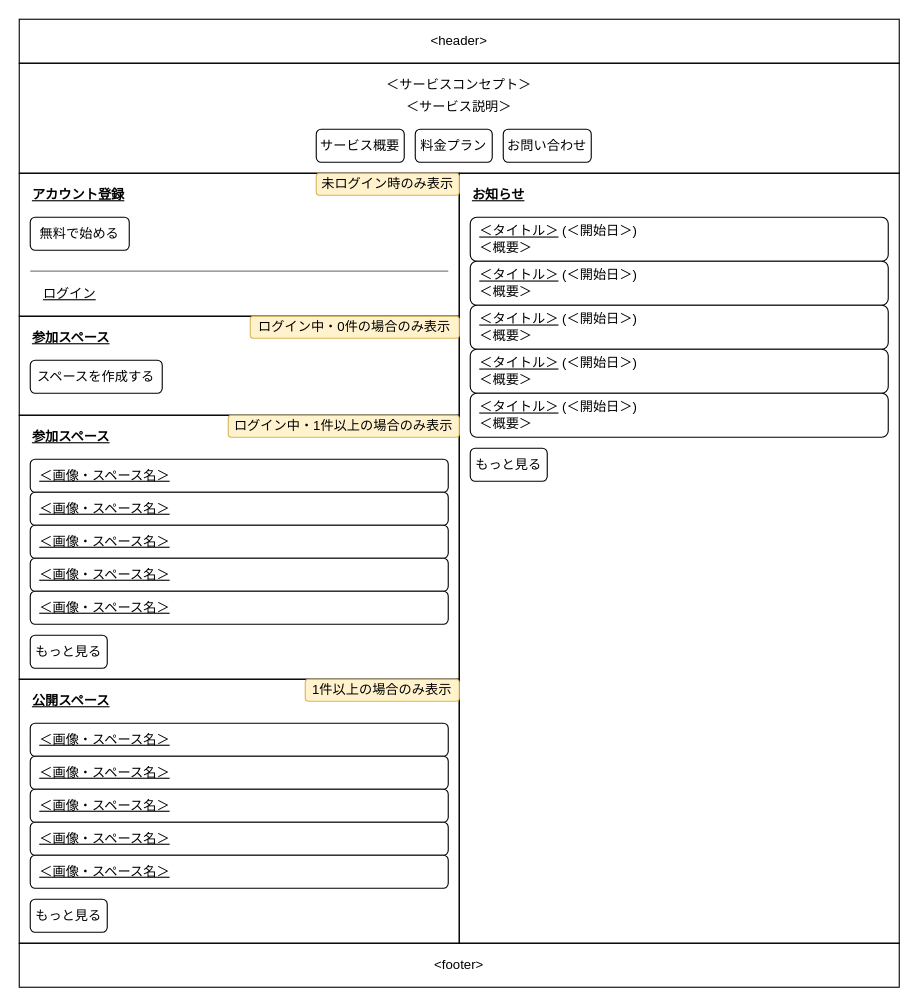
Before: 設計/画面設計/トップページ.drawio in nightonlypj/rails-app-origin, a draw.io diagram. Source tidied: cells renumbered, new cells numbered last; positions are measured from the earlier drawing's top-left corner, leaving out a move shared by most shapes. Both pictures are drawn from the tidied source at 110%, with x=0, y=0 at pixel (19, 19).
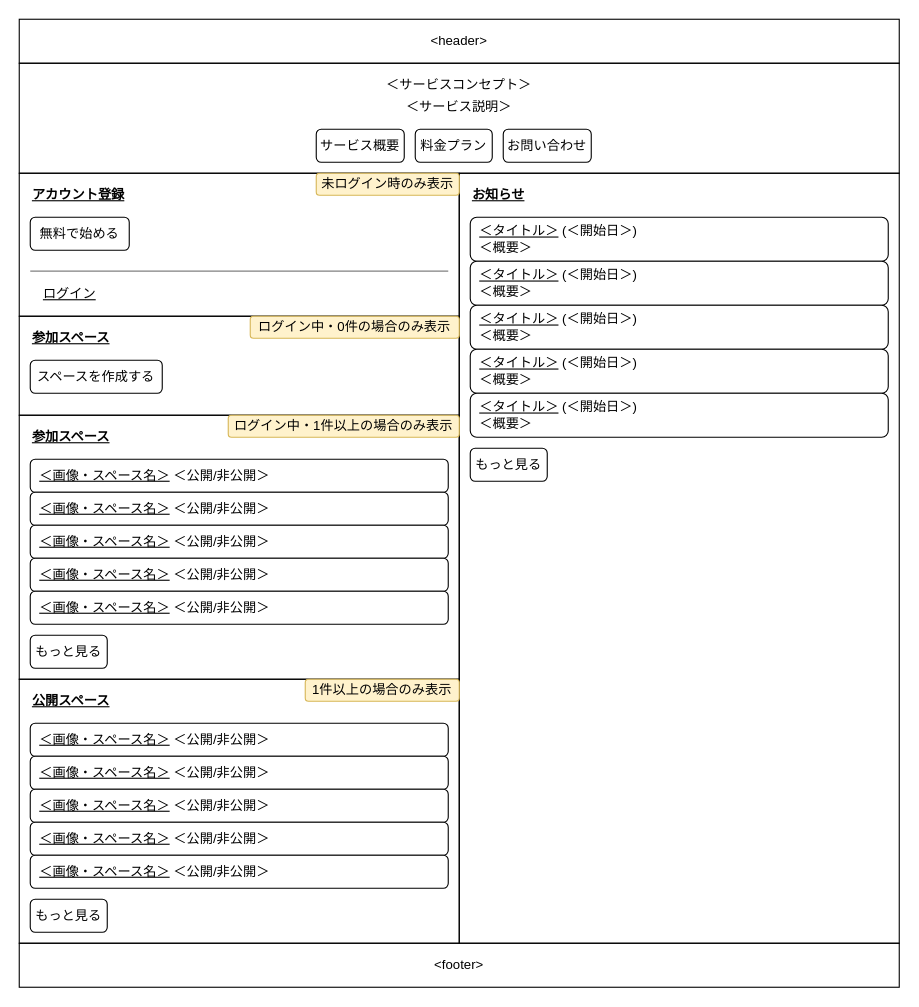
Above is the later version.

What changed in the source:
```diff
@@
-    <mxCell id="29" value="&amp;nbsp;&amp;nbsp;&lt;u&gt;＜画像・スペース名＞&lt;/u&gt;" style="rounded=1;whiteSpace=wrap;html=1;align=left;" parent="1" vertex="1">
+    <mxCell id="29" value="&amp;nbsp;&amp;nbsp;&lt;u&gt;＜画像・スペース名＞&lt;/u&gt;&amp;nbsp;＜公開/非公開＞" style="rounded=1;whiteSpace=wrap;html=1;align=left;" parent="1" vertex="1">
       <mxGeometry x="10" y="400" width="380" height="30" as="geometry" />
     </mxCell>
-    <mxCell id="30" value="&amp;nbsp;&amp;nbsp;&lt;u&gt;＜画像・スペース名＞&lt;/u&gt;" style="rounded=1;whiteSpace=wrap;html=1;align=left;" parent="1" vertex="1">
+    <mxCell id="30" value="&amp;nbsp;&amp;nbsp;&lt;u&gt;＜画像・スペース名＞&lt;/u&gt;&amp;nbsp;＜公開/非公開＞" style="rounded=1;whiteSpace=wrap;html=1;align=left;" parent="1" vertex="1">
       <mxGeometry x="10" y="430" width="380" height="30" as="geometry" />
     </mxCell>
-    <mxCell id="31" value="&amp;nbsp;&amp;nbsp;&lt;u&gt;＜画像・スペース名＞&lt;/u&gt;" style="rounded=1;whiteSpace=wrap;html=1;align=left;" parent="1" vertex="1">
+    <mxCell id="31" value="&amp;nbsp;&amp;nbsp;&lt;u&gt;＜画像・スペース名＞&lt;/u&gt;&amp;nbsp;＜公開/非公開＞" style="rounded=1;whiteSpace=wrap;html=1;align=left;" parent="1" vertex="1">
       <mxGeometry x="10" y="460" width="380" height="30" as="geometry" />
     </mxCell>
-    <mxCell id="32" value="&amp;nbsp;&amp;nbsp;&lt;u&gt;＜画像・スペース名＞&lt;/u&gt;" style="rounded=1;whiteSpace=wrap;html=1;align=left;" parent="1" vertex="1">
+    <mxCell id="32" value="&amp;nbsp;&amp;nbsp;&lt;u&gt;＜画像・スペース名＞&lt;/u&gt;&amp;nbsp;＜公開/非公開＞" style="rounded=1;whiteSpace=wrap;html=1;align=left;" parent="1" vertex="1">
       <mxGeometry x="10" y="490" width="380" height="30" as="geometry" />
     </mxCell>
-    <mxCell id="33" value="&amp;nbsp;&amp;nbsp;&lt;u&gt;＜画像・スペース名＞&lt;/u&gt;" style="rounded=1;whiteSpace=wrap;html=1;align=left;" parent="1" vertex="1">
+    <mxCell id="33" value="&amp;nbsp;&amp;nbsp;&lt;u&gt;＜画像・スペース名＞&lt;/u&gt;&amp;nbsp;＜公開/非公開＞" style="rounded=1;whiteSpace=wrap;html=1;align=left;" parent="1" vertex="1">
       <mxGeometry x="10" y="520" width="380" height="30" as="geometry" />
     </mxCell>
@@
-    <mxCell id="36" value="&lt;span style=&quot;&quot;&gt;&amp;nbsp;&amp;nbsp;&lt;/span&gt;&lt;u style=&quot;&quot;&gt;＜画像・スペース名＞&lt;/u&gt;" style="rounded=1;whiteSpace=wrap;html=1;align=left;" parent="1" vertex="1">
+    <mxCell id="36" value="&lt;span&gt;&amp;nbsp;&amp;nbsp;&lt;/span&gt;&lt;u&gt;＜画像・スペース名＞&lt;/u&gt;&amp;nbsp;＜公開/非公開＞" style="rounded=1;whiteSpace=wrap;html=1;align=left;" parent="1" vertex="1">
       <mxGeometry x="10" y="640" width="380" height="30" as="geometry" />
     </mxCell>
-    <mxCell id="37" value="&lt;span style=&quot;&quot;&gt;&amp;nbsp;&amp;nbsp;&lt;/span&gt;&lt;u style=&quot;&quot;&gt;＜画像・スペース名＞&lt;/u&gt;" style="rounded=1;whiteSpace=wrap;html=1;align=left;" parent="1" vertex="1">
+    <mxCell id="37" value="&lt;span&gt;&amp;nbsp;&amp;nbsp;&lt;/span&gt;&lt;u&gt;＜画像・スペース名＞&lt;/u&gt;&amp;nbsp;＜公開/非公開＞" style="rounded=1;whiteSpace=wrap;html=1;align=left;" parent="1" vertex="1">
       <mxGeometry x="10" y="670" width="380" height="30" as="geometry" />
     </mxCell>
-    <mxCell id="38" value="&lt;span style=&quot;&quot;&gt;&amp;nbsp;&amp;nbsp;&lt;/span&gt;&lt;u style=&quot;&quot;&gt;＜画像・スペース名＞&lt;/u&gt;" style="rounded=1;whiteSpace=wrap;html=1;align=left;" parent="1" vertex="1">
+    <mxCell id="38" value="&lt;span&gt;&amp;nbsp;&amp;nbsp;&lt;/span&gt;&lt;u&gt;＜画像・スペース名＞&lt;/u&gt;&amp;nbsp;＜公開/非公開＞" style="rounded=1;whiteSpace=wrap;html=1;align=left;" parent="1" vertex="1">
       <mxGeometry x="10" y="700" width="380" height="30" as="geometry" />
     </mxCell>
-    <mxCell id="39" value="&lt;span style=&quot;&quot;&gt;&amp;nbsp;&amp;nbsp;&lt;/span&gt;&lt;u style=&quot;&quot;&gt;＜画像・スペース名＞&lt;/u&gt;" style="rounded=1;whiteSpace=wrap;html=1;align=left;" parent="1" vertex="1">
+    <mxCell id="39" value="&lt;span&gt;&amp;nbsp;&amp;nbsp;&lt;/span&gt;&lt;u&gt;＜画像・スペース名＞&lt;/u&gt;&amp;nbsp;＜公開/非公開＞" style="rounded=1;whiteSpace=wrap;html=1;align=left;" parent="1" vertex="1">
       <mxGeometry x="10" y="730" width="380" height="30" as="geometry" />
     </mxCell>
-    <mxCell id="40" value="&lt;span style=&quot;&quot;&gt;&amp;nbsp;&amp;nbsp;&lt;/span&gt;&lt;u style=&quot;&quot;&gt;＜画像・スペース名＞&lt;/u&gt;" style="rounded=1;whiteSpace=wrap;html=1;align=left;" parent="1" vertex="1">
+    <mxCell id="40" value="&lt;span&gt;&amp;nbsp;&amp;nbsp;&lt;/span&gt;&lt;u&gt;＜画像・スペース名＞&lt;/u&gt;&amp;nbsp;＜公開/非公開＞" style="rounded=1;whiteSpace=wrap;html=1;align=left;" parent="1" vertex="1">
       <mxGeometry x="10" y="760" width="380" height="30" as="geometry" />
     </mxCell>
```
